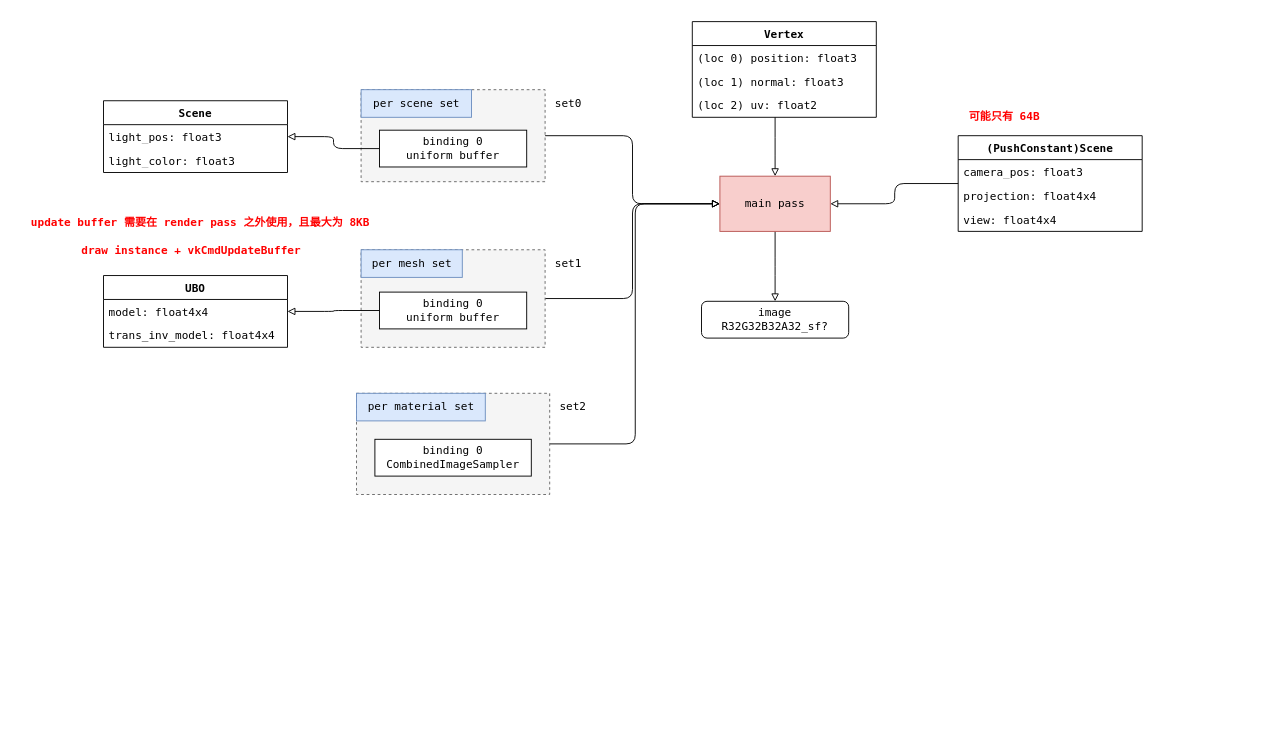
Above: doc/phong.drawio in acccoco/Render-Rust-vk-Truvis (draw.io), before the change. Source tidied: cells renumbered, new cells numbered last; positions are measured from the earlier drawing's top-left corner, leaving out a move shared by most shapes. Both pictures are drawn from the tidied source at 92%, with x=0, y=0 at pixel (16, 21).
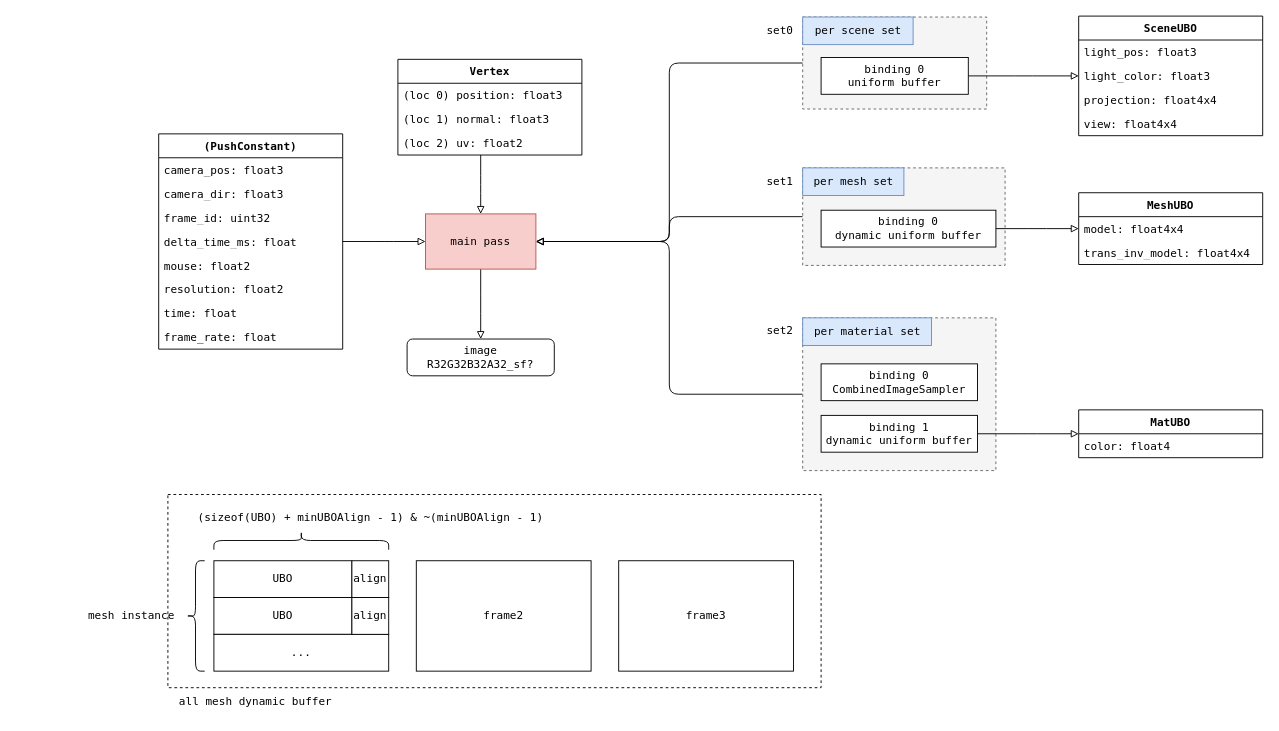
The same diagram, later.

Commit message (it also covers changes not shown here):
TODO 完成 Phong

What changed in the source:
```diff
@@
+    <mxCell id="41" style="rounded=0;whiteSpace=wrap;html=1;dashed=1;fontFamily=Lucida Console;" parent="1" vertex="1">
+      <mxGeometry x="165" y="514" width="710" height="210" as="geometry" />
+    </mxCell>
@@
     <mxCell id="3" style="rounded=0;whiteSpace=wrap;html=1;dashed=1;fontFamily=Lucida Console;fillColor=#f5f5f5;fontColor=#333333;strokeColor=#666666;" parent="1" vertex="1">
-      <mxGeometry x="375" y="248" width="200" height="106" as="geometry" />
+      <mxGeometry x="855" y="159" width="220" height="106" as="geometry" />
     </mxCell>
     <mxCell id="4" style="rounded=0;whiteSpace=wrap;html=1;dashed=1;fontFamily=Lucida Console;fillColor=#f5f5f5;fontColor=#333333;strokeColor=#666666;" parent="1" vertex="1">
-      <mxGeometry x="375" y="74" width="200" height="100" as="geometry" />
+      <mxGeometry x="855" y="-5" width="200" height="100" as="geometry" />
     </mxCell>
-    <mxCell id="5" style="edgeStyle=elbowEdgeStyle;rounded=1;jettySize=auto;html=1;fontFamily=Lucida Console;endArrow=block;endFill=0;curved=0;" parent="1" edge="1" source="4" target="7">
+    <mxCell id="5" style="edgeStyle=elbowEdgeStyle;rounded=1;jettySize=auto;html=1;fontFamily=Lucida Console;endArrow=block;endFill=0;" parent="1" edge="1" source="4" target="7">
       <mxGeometry relative="1" as="geometry" />
     </mxCell>
@@
     <mxCell id="7" value="main pass" style="rounded=0;whiteSpace=wrap;html=1;fontFamily=Lucida Console;fillColor=#f8cecc;strokeColor=#b85450;" parent="1" vertex="1">
-      <mxGeometry x="765" y="168" width="120" height="60" as="geometry" />
+      <mxGeometry x="445" y="209" width="120" height="60" as="geometry" />
     </mxCell>
@@
     <mxCell id="9" value="binding 0&lt;br&gt;uniform buffer" style="rounded=0;whiteSpace=wrap;html=1;fontFamily=Lucida Console;" parent="1" vertex="1">
-      <mxGeometry x="395" y="118" width="160" height="40" as="geometry" />
+      <mxGeometry x="875" y="39" width="160" height="40" as="geometry" />
     </mxCell>
     <mxCell id="10" value="per scene set" style="text;html=1;align=center;verticalAlign=middle;strokeColor=#6c8ebf;fillColor=#dae8fc;fontFamily=Lucida Console;" parent="1" vertex="1">
-      <mxGeometry x="375" y="74" width="120" height="30" as="geometry" />
+      <mxGeometry x="855" y="-5" width="120" height="30" as="geometry" />
     </mxCell>
@@
     <mxCell id="12" value="Vertex" style="swimlane;fontStyle=1;align=center;verticalAlign=top;horizontal=1;startSize=26;whiteSpace=wrap;html=1;fontFamily=Lucida Console;" parent="1" vertex="1">
-      <mxGeometry x="735" width="200" height="104" as="geometry" />
+      <mxGeometry x="415" y="41" width="200" height="104" as="geometry" />
     </mxCell>
@@
     <mxCell id="16" value="image&lt;br&gt;R32G32B32A32_sf?" style="rounded=1;whiteSpace=wrap;html=1;fontFamily=Lucida Console;" parent="1" vertex="1">
-      <mxGeometry x="745" y="304" width="160" height="40" as="geometry" />
+      <mxGeometry x="425" y="345" width="160" height="40" as="geometry" />
     </mxCell>
-    <mxCell id="17" value="Scene" style="swimlane;fontStyle=1;align=center;verticalAlign=top;horizontal=1;startSize=26;whiteSpace=wrap;html=1;fontFamily=Lucida Console;" parent="1" vertex="1">
-      <mxGeometry x="95" y="86" width="200" height="78" as="geometry" />
+    <mxCell id="17" value="SceneUBO" style="swimlane;fontStyle=1;align=center;verticalAlign=top;horizontal=1;startSize=26;whiteSpace=wrap;html=1;fontFamily=Lucida Console;" parent="1" vertex="1">
+      <mxGeometry x="1155" y="-6" width="200" height="130" as="geometry" />
     </mxCell>
@@
+    <mxCell id="36" value="projection: float4x4" style="text;strokeColor=none;fillColor=none;align=left;verticalAlign=top;spacingLeft=4;spacingRight=4;overflow=hidden;whiteSpace=wrap;html=1;fontFamily=Lucida Console;" parent="17" vertex="1">
+      <mxGeometry y="78" width="200" height="26" as="geometry" />
+    </mxCell>
+    <mxCell id="37" value="view: float4x4" style="text;strokeColor=none;fillColor=none;align=left;verticalAlign=top;spacingLeft=4;spacingRight=4;overflow=hidden;whiteSpace=wrap;html=1;fontFamily=Lucida Console;" parent="17" vertex="1">
+      <mxGeometry y="104" width="200" height="26" as="geometry" />
+    </mxCell>
@@
     <mxCell id="21" style="rounded=0;whiteSpace=wrap;html=1;dashed=1;fontFamily=Lucida Console;fillColor=#f5f5f5;fontColor=#333333;strokeColor=#666666;" parent="1" vertex="1">
-      <mxGeometry x="370" y="404" width="210" height="110" as="geometry" />
+      <mxGeometry x="855" y="322" width="210" height="166" as="geometry" />
     </mxCell>
     <mxCell id="22" value="binding 0&lt;br&gt;CombinedImageSampler" style="rounded=0;whiteSpace=wrap;html=1;fontFamily=Lucida Console;" parent="1" vertex="1">
-      <mxGeometry x="390" y="454" width="170" height="40" as="geometry" />
+      <mxGeometry x="875" y="372" width="170" height="40" as="geometry" />
     </mxCell>
-    <mxCell id="23" value="UBO" style="swimlane;fontStyle=1;align=center;verticalAlign=top;horizontal=1;startSize=26;whiteSpace=wrap;html=1;fontFamily=Lucida Console;" parent="1" vertex="1">
-      <mxGeometry x="95" y="276" width="200" height="78" as="geometry" />
+    <mxCell id="23" value="MeshUBO" style="swimlane;fontStyle=1;align=center;verticalAlign=top;horizontal=1;startSize=26;whiteSpace=wrap;html=1;fontFamily=Lucida Console;" parent="1" vertex="1">
+      <mxGeometry x="1155" y="186" width="200" height="78" as="geometry" />
     </mxCell>
@@
-    <mxCell id="27" value="binding 0&lt;br&gt;uniform buffer" style="rounded=0;whiteSpace=wrap;html=1;fontFamily=Lucida Console;" parent="1" vertex="1">
-      <mxGeometry x="395" y="294" width="160" height="40" as="geometry" />
+    <mxCell id="27" value="binding 0&lt;br&gt;dynamic uniform buffer" style="rounded=0;whiteSpace=wrap;html=1;fontFamily=Lucida Console;" parent="1" vertex="1">
+      <mxGeometry x="875" y="205" width="190" height="40" as="geometry" />
     </mxCell>
     <mxCell id="28" value="per mesh set" style="text;html=1;align=center;verticalAlign=middle;strokeColor=#6c8ebf;fillColor=#dae8fc;fontFamily=Lucida Console;" parent="1" vertex="1">
-      <mxGeometry x="375" y="248" width="110" height="30" as="geometry" />
+      <mxGeometry x="855" y="159" width="110" height="30" as="geometry" />
     </mxCell>
     <mxCell id="29" value="per material set&lt;br&gt;" style="text;html=1;align=center;verticalAlign=middle;strokeColor=#6c8ebf;fillColor=#dae8fc;fontFamily=Lucida Console;" parent="1" vertex="1">
-      <mxGeometry x="370" y="404" width="140" height="30" as="geometry" />
+      <mxGeometry x="855" y="322" width="140" height="30" as="geometry" />
     </mxCell>
     <mxCell id="30" value="set0" style="text;html=1;align=center;verticalAlign=middle;strokeColor=none;fillColor=none;fontFamily=Lucida Console;" parent="1" vertex="1">
-      <mxGeometry x="575" y="74" width="50" height="30" as="geometry" />
+      <mxGeometry x="805" y="-5" width="50" height="30" as="geometry" />
     </mxCell>
     <mxCell id="31" value="set1" style="text;html=1;align=center;verticalAlign=middle;strokeColor=none;fillColor=none;fontFamily=Lucida Console;" parent="1" vertex="1">
-      <mxGeometry x="575" y="248" width="50" height="30" as="geometry" />
+      <mxGeometry x="805" y="159" width="50" height="30" as="geometry" />
     </mxCell>
     <mxCell id="32" value="set2" style="text;html=1;align=center;verticalAlign=middle;strokeColor=none;fillColor=none;fontFamily=Lucida Console;" parent="1" vertex="1">
-      <mxGeometry x="580" y="404" width="50" height="30" as="geometry" />
+      <mxGeometry x="805" y="321" width="50" height="30" as="geometry" />
     </mxCell>
@@
-    <mxCell id="34" value="(PushConstant)Scene" style="swimlane;fontStyle=1;align=center;verticalAlign=top;horizontal=1;startSize=26;whiteSpace=wrap;html=1;fontFamily=Lucida Console;" parent="1" vertex="1">
-      <mxGeometry x="1024" y="124" width="200" height="104" as="geometry" />
+    <mxCell id="34" value="(PushConstant)" style="swimlane;fontStyle=1;align=center;verticalAlign=top;horizontal=1;startSize=26;whiteSpace=wrap;html=1;fontFamily=Lucida Console;" parent="1" vertex="1">
+      <mxGeometry x="155" y="122" width="200" height="234" as="geometry" />
     </mxCell>
@@
-    <mxCell id="36" value="projection: float4x4" style="text;strokeColor=none;fillColor=none;align=left;verticalAlign=top;spacingLeft=4;spacingRight=4;overflow=hidden;whiteSpace=wrap;html=1;fontFamily=Lucida Console;" parent="34" vertex="1">
-      <mxGeometry y="52" width="200" height="26" as="geometry" />
-    </mxCell>
-    <mxCell id="37" value="view: float4x4" style="text;strokeColor=none;fillColor=none;align=left;verticalAlign=top;spacingLeft=4;spacingRight=4;overflow=hidden;whiteSpace=wrap;html=1;fontFamily=Lucida Console;" parent="34" vertex="1">
-      <mxGeometry y="78" width="200" height="26" as="geometry" />
-    </mxCell>
-    <mxCell id="38" value="&lt;font color=&quot;#ff0000&quot;&gt;draw instance + vkCmdUpdateBuffer&lt;/font&gt;" style="text;html=1;align=center;verticalAlign=middle;strokeColor=none;fillColor=none;fontFamily=Lucida Console;fontStyle=1;" parent="1" vertex="1">
-      <mxGeometry x="55" y="234" width="270" height="30" as="geometry" />
-    </mxCell>
-    <mxCell id="39" value="&lt;font color=&quot;#ff0000&quot;&gt;&lt;b&gt;update buffer 需要在 render pass 之外使用，且最大为 8KB&lt;/b&gt;&lt;/font&gt;" style="text;html=1;align=center;verticalAlign=middle;strokeColor=none;fillColor=none;fontFamily=Lucida Console;" parent="1" vertex="1">
-      <mxGeometry y="204" width="400" height="30" as="geometry" />
-    </mxCell>
-    <mxCell id="40" value="&lt;font color=&quot;#ff0000&quot;&gt;&lt;b&gt;可能只有 64B&lt;/b&gt;&lt;/font&gt;" style="text;html=1;align=center;verticalAlign=middle;strokeColor=none;fillColor=none;fontFamily=Lucida Console;" parent="1" vertex="1">
-      <mxGeometry x="1024" y="88" width="100" height="30" as="geometry" />
-    </mxCell>
+    <mxCell id="42" value="camera_dir: float3" style="text;strokeColor=none;fillColor=none;align=left;verticalAlign=top;spacingLeft=4;spacingRight=4;overflow=hidden;whiteSpace=wrap;html=1;fontFamily=Lucida Console;" parent="34" vertex="1">
+      <mxGeometry y="52" width="200" height="26" as="geometry" />
+    </mxCell>
+    <mxCell id="43" value="frame_id: uint32" style="text;strokeColor=none;fillColor=none;align=left;verticalAlign=top;spacingLeft=4;spacingRight=4;overflow=hidden;whiteSpace=wrap;html=1;fontFamily=Lucida Console;" parent="34" vertex="1">
+      <mxGeometry y="78" width="200" height="26" as="geometry" />
+    </mxCell>
+    <mxCell id="44" value="delta_time_ms: float" style="text;strokeColor=none;fillColor=none;align=left;verticalAlign=top;spacingLeft=4;spacingRight=4;overflow=hidden;whiteSpace=wrap;html=1;fontFamily=Lucida Console;" parent="34" vertex="1">
+      <mxGeometry y="104" width="200" height="26" as="geometry" />
+    </mxCell>
+    <mxCell id="45" value="mouse: float2" style="text;strokeColor=none;fillColor=none;align=left;verticalAlign=top;spacingLeft=4;spacingRight=4;overflow=hidden;whiteSpace=wrap;html=1;fontFamily=Lucida Console;" parent="34" vertex="1">
+      <mxGeometry y="130" width="200" height="26" as="geometry" />
+    </mxCell>
+    <mxCell id="46" value="resolution: float2" style="text;strokeColor=none;fillColor=none;align=left;verticalAlign=top;spacingLeft=4;spacingRight=4;overflow=hidden;whiteSpace=wrap;html=1;fontFamily=Lucida Console;" parent="34" vertex="1">
+      <mxGeometry y="156" width="200" height="26" as="geometry" />
+    </mxCell>
+    <mxCell id="47" value="time: float" style="text;strokeColor=none;fillColor=none;align=left;verticalAlign=top;spacingLeft=4;spacingRight=4;overflow=hidden;whiteSpace=wrap;html=1;fontFamily=Lucida Console;" parent="34" vertex="1">
+      <mxGeometry y="182" width="200" height="26" as="geometry" />
+    </mxCell>
+    <mxCell id="48" value="frame_rate: float" style="text;strokeColor=none;fillColor=none;align=left;verticalAlign=top;spacingLeft=4;spacingRight=4;overflow=hidden;whiteSpace=wrap;html=1;fontFamily=Lucida Console;" parent="34" vertex="1">
+      <mxGeometry y="208" width="200" height="26" as="geometry" />
+    </mxCell>
+    <mxCell id="49" style="edgeStyle=elbowEdgeStyle;rounded=1;jettySize=auto;html=1;curved=0;endArrow=block;endFill=0;fontFamily=Lucida Console;" parent="1" edge="1" source="50" target="51">
+      <mxGeometry relative="1" as="geometry" />
+    </mxCell>
+    <mxCell id="50" value="binding 1&lt;br&gt;dynamic uniform buffer" style="rounded=0;whiteSpace=wrap;html=1;fontFamily=Lucida Console;" parent="1" vertex="1">
+      <mxGeometry x="875" y="428" width="170" height="40" as="geometry" />
+    </mxCell>
+    <mxCell id="51" value="MatUBO" style="swimlane;fontStyle=1;align=center;verticalAlign=top;horizontal=1;startSize=26;whiteSpace=wrap;html=1;fontFamily=Lucida Console;" parent="1" vertex="1">
+      <mxGeometry x="1155" y="422" width="200" height="52" as="geometry" />
+    </mxCell>
+    <mxCell id="52" value="color: float4" style="text;strokeColor=none;fillColor=none;align=left;verticalAlign=top;spacingLeft=4;spacingRight=4;overflow=hidden;whiteSpace=wrap;html=1;fontFamily=Lucida Console;" parent="51" vertex="1">
+      <mxGeometry y="26" width="200" height="26" as="geometry" />
+    </mxCell>
+    <mxCell id="53" value="UBO" style="rounded=0;whiteSpace=wrap;html=1;fontFamily=Lucida Console;" parent="1" vertex="1">
+      <mxGeometry x="215" y="586" width="150" height="40" as="geometry" />
+    </mxCell>
+    <mxCell id="54" value="UBO" style="rounded=0;whiteSpace=wrap;html=1;fontFamily=Lucida Console;" parent="1" vertex="1">
+      <mxGeometry x="215" y="626" width="150" height="40" as="geometry" />
+    </mxCell>
+    <mxCell id="55" value="..." style="rounded=0;whiteSpace=wrap;html=1;fontFamily=Lucida Console;" parent="1" vertex="1">
+      <mxGeometry x="215" y="666" width="190" height="40" as="geometry" />
+    </mxCell>
+    <mxCell id="56" value="(sizeof(UBO) + minUBOAlign - 1) &amp;amp; ~(minUBOAlign - 1)" style="text;html=1;align=center;verticalAlign=middle;strokeColor=none;fillColor=none;fontFamily=Lucida Console;" parent="1" vertex="1">
+      <mxGeometry x="185" y="524" width="400" height="30" as="geometry" />
+    </mxCell>
+    <mxCell id="57" value="align" style="rounded=0;whiteSpace=wrap;html=1;fontFamily=Lucida Console;" parent="1" vertex="1">
+      <mxGeometry x="365" y="586" width="40" height="40" as="geometry" />
+    </mxCell>
+    <mxCell id="58" value="align" style="rounded=0;whiteSpace=wrap;html=1;fontFamily=Lucida Console;" parent="1" vertex="1">
+      <mxGeometry x="365" y="626" width="40" height="40" as="geometry" />
+    </mxCell>
+    <mxCell id="59" value="all mesh dynamic buffer" style="text;html=1;align=center;verticalAlign=middle;strokeColor=none;fillColor=none;fontFamily=Lucida Console;" parent="1" vertex="1">
+      <mxGeometry x="165" y="724" width="190" height="30" as="geometry" />
+    </mxCell>
+    <mxCell id="60" style="shape=curlyBracket;whiteSpace=wrap;html=1;rounded=1;labelPosition=left;verticalLabelPosition=middle;align=right;verticalAlign=middle;direction=south;fontFamily=Lucida Console;" parent="1" vertex="1">
+      <mxGeometry x="215" y="554" width="190" height="20" as="geometry" />
+    </mxCell>
+    <mxCell id="61" style="shape=curlyBracket;whiteSpace=wrap;html=1;rounded=1;flipH=1;labelPosition=right;verticalLabelPosition=middle;align=left;verticalAlign=middle;direction=west;fontFamily=Lucida Console;" parent="1" vertex="1">
+      <mxGeometry x="185" y="586" width="20" height="120" as="geometry" />
+    </mxCell>
+    <mxCell id="62" value="mesh instance" style="text;html=1;align=center;verticalAlign=middle;strokeColor=none;fillColor=none;fontFamily=Lucida Console;" parent="1" vertex="1">
+      <mxGeometry x="65" y="631" width="120" height="30" as="geometry" />
+    </mxCell>
+    <mxCell id="63" value="frame2" style="rounded=0;whiteSpace=wrap;html=1;fontFamily=Lucida Console;" parent="1" vertex="1">
+      <mxGeometry x="435" y="586" width="190" height="120" as="geometry" />
+    </mxCell>
+    <mxCell id="64" value="frame3" style="rounded=0;whiteSpace=wrap;html=1;fontFamily=Lucida Console;" parent="1" vertex="1">
+      <mxGeometry x="655" y="586" width="190" height="120" as="geometry" />
+    </mxCell>
```
